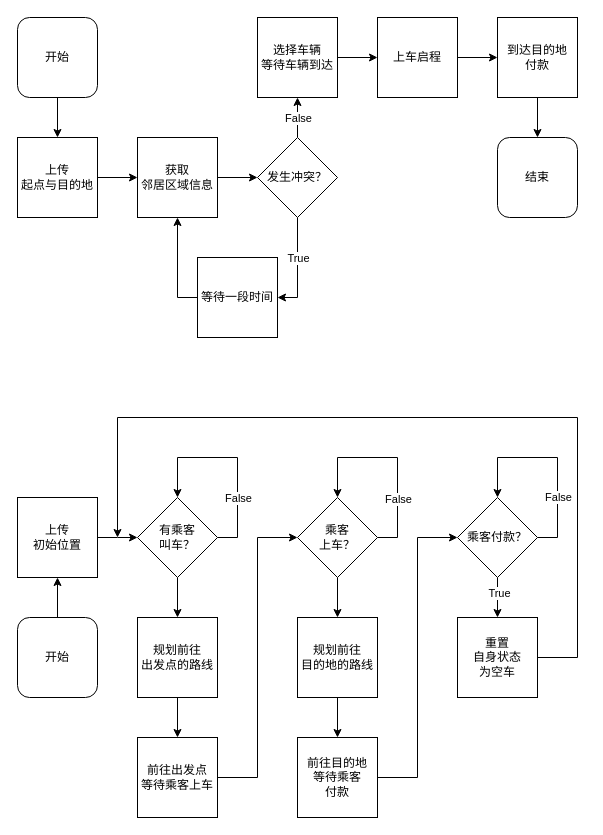
This is FinalThesis/misc/示意图.drawio from Endericedragon/MyGraduationDesign, a draw.io file, before an edit. Source tidied: cells renumbered, new cells numbered last; positions are measured from the earlier drawing's top-left corner, leaving out a move shared by most shapes. Both pictures are drawn from the tidied source at 100%, with x=0, y=0 at pixel (17, 17).
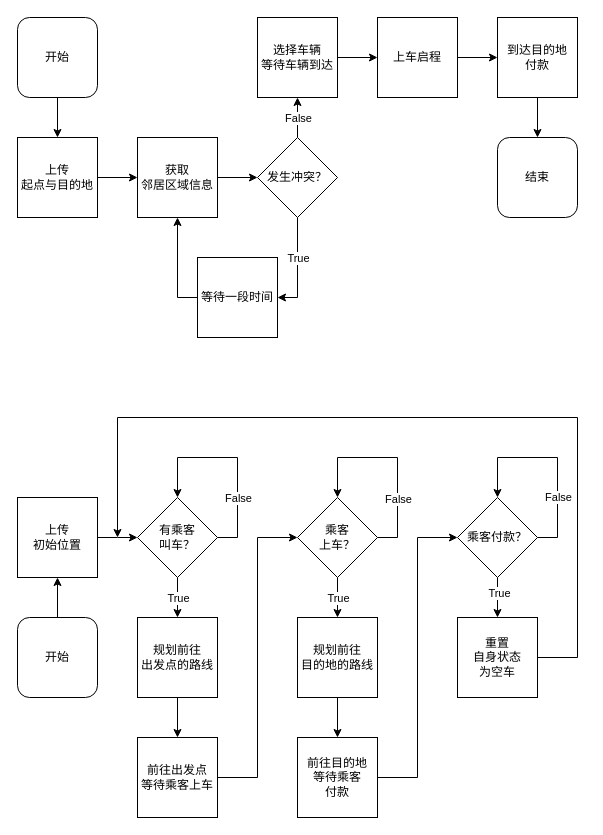
Above is the later version.

The change refers to these unchanged cells:
```xml
<mxCell id="28" style="edgeStyle=orthogonalEdgeStyle;rounded=0;jettySize=auto;html=1;exitX=0.5;exitY=1;exitDx=0;exitDy=0;entryX=0.5;entryY=0;entryDx=0;entryDy=0;" parent="1" edge="1" source="29" target="40">
  <mxGeometry relative="1" as="geometry" />
</mxCell>
<mxCell id="37" style="edgeStyle=orthogonalEdgeStyle;rounded=0;jettySize=auto;html=1;exitX=0.5;exitY=1;exitDx=0;exitDy=0;entryX=0.5;entryY=0;entryDx=0;entryDy=0;" parent="1" edge="1" source="38" target="44">
  <mxGeometry relative="1" as="geometry" />
</mxCell>
```

Diff of the diagram source:
```diff
@@
+    <mxCell id="49" value="True" style="edgeLabel;html=1;align=center;verticalAlign=middle;" parent="28" vertex="1">
+      <mxGeometry x="-0.17" y="1" relative="1" as="geometry">
+        <mxPoint x="-1" y="3" as="offset" />
+      </mxGeometry>
+    </mxCell>
@@
+    <mxCell id="50" value="True" style="edgeLabel;html=1;align=center;verticalAlign=middle;" parent="37" vertex="1">
+      <mxGeometry x="-0.64" relative="1" as="geometry">
+        <mxPoint y="13" as="offset" />
+      </mxGeometry>
+    </mxCell>
```
